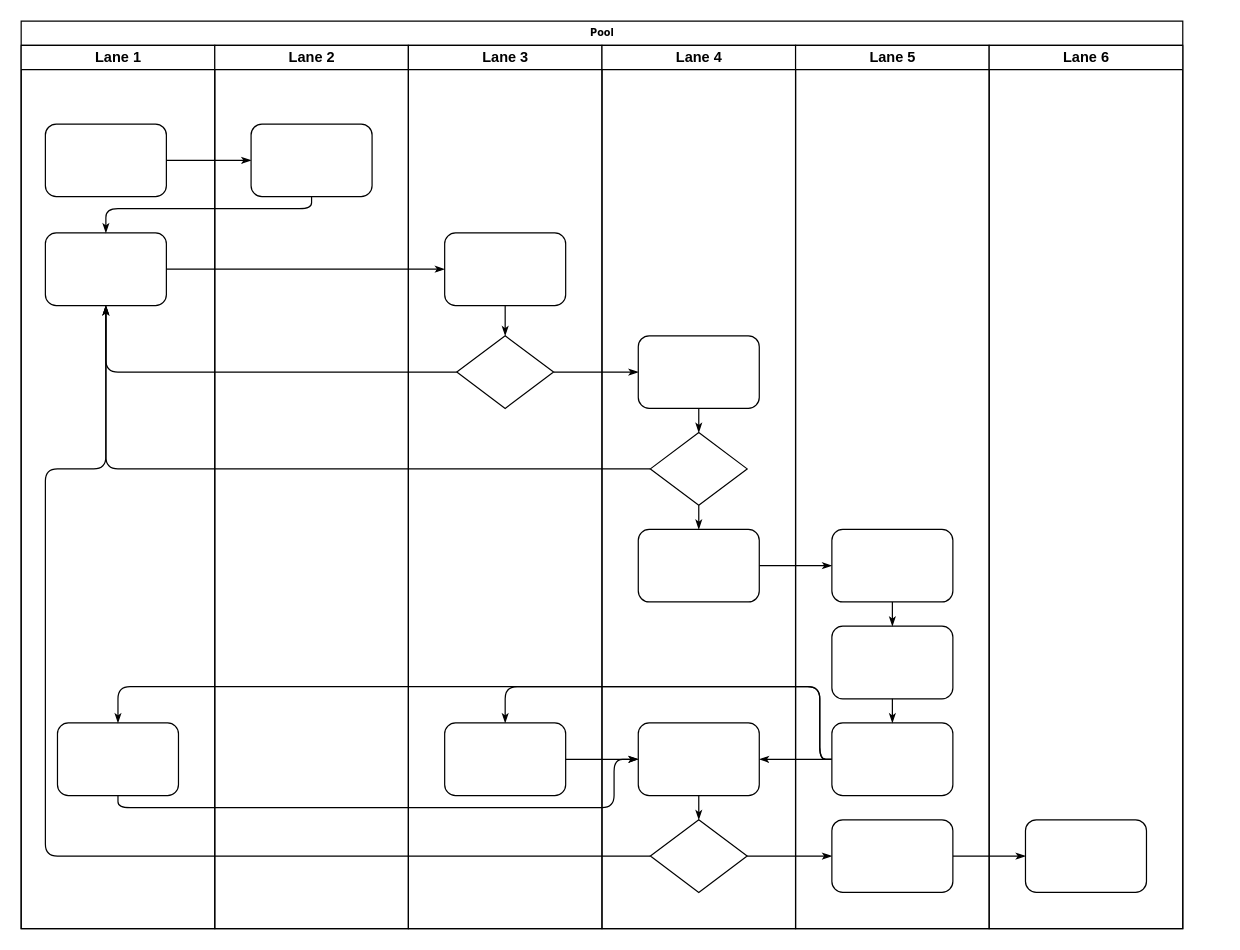
Above: county-integrations.drawio in pascalokoth/BPMN (draw.io), before the change. Source tidied: cells renumbered, new cells numbered last; positions are measured from the earlier drawing's top-left corner, leaving out a move shared by most shapes. Both pictures are drawn from the tidied source at 121%, with x=0, y=0 at pixel (21, 21).
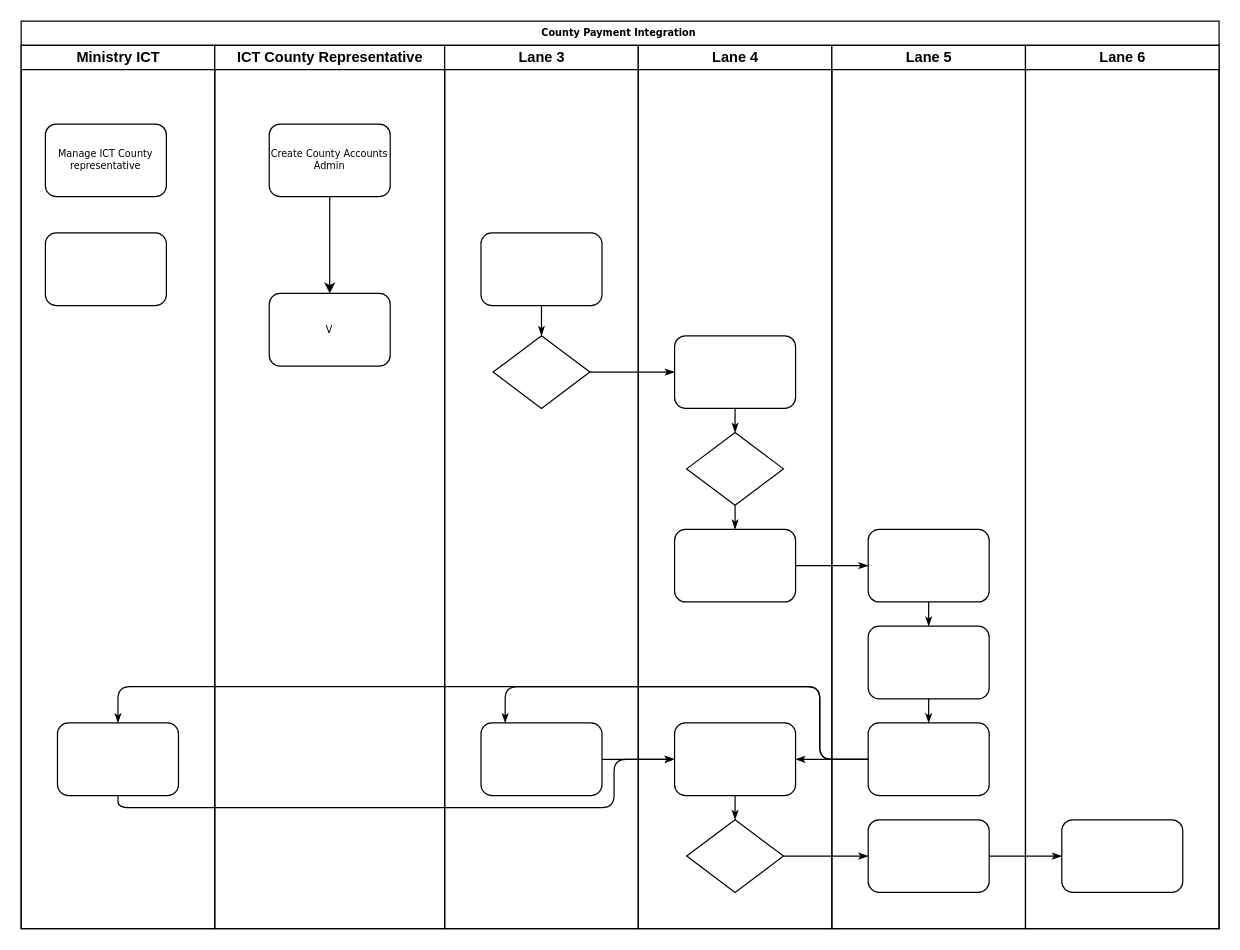
The same page after the edit.

The change refers to these unchanged cells:
```xml
<mxCell id="5" style="rounded=1;whiteSpace=wrap;html=1;shadow=0;labelBackgroundColor=none;strokeWidth=1;fontFamily=Verdana;fontSize=8;align=center;" parent="3" vertex="1">
  <mxGeometry x="20" y="155" width="100" height="60" as="geometry" />
</mxCell>
<mxCell id="25" style="rounded=1;whiteSpace=wrap;html=1;shadow=0;labelBackgroundColor=none;strokeWidth=1;fontFamily=Verdana;fontSize=8;align=center;" parent="24" vertex="1">
  <mxGeometry x="30" y="155" width="100" height="60" as="geometry" />
</mxCell>
<mxCell id="26" style="rhombus;whiteSpace=wrap;html=1;rounded=0;shadow=0;labelBackgroundColor=none;strokeWidth=1;fontFamily=Verdana;fontSize=8;align=center;" parent="24" vertex="1">
  <mxGeometry x="40" y="240" width="80" height="60" as="geometry" />
</mxCell>
<mxCell id="31" style="rhombus;whiteSpace=wrap;html=1;rounded=0;shadow=0;labelBackgroundColor=none;strokeWidth=1;fontFamily=Verdana;fontSize=8;align=center;" parent="29" vertex="1">
  <mxGeometry x="40" y="320" width="80" height="60" as="geometry" />
</mxCell>
<mxCell id="34" style="rhombus;whiteSpace=wrap;html=1;rounded=0;shadow=0;labelBackgroundColor=none;strokeWidth=1;fontFamily=Verdana;fontSize=8;align=center;" parent="29" vertex="1">
  <mxGeometry x="40" y="640" width="80" height="60" as="geometry" />
</mxCell>
```

The edit, as a diff of the source:
```diff
@@
-    <mxCell id="2" value="Pool" style="swimlane;html=1;startSize=20;rounded=0;shadow=0;labelBackgroundColor=none;strokeWidth=1;fontFamily=Verdana;fontSize=8;align=center;" parent="1" vertex="1">
-      <mxGeometry width="960" height="750" as="geometry" />
+    <mxCell id="2" value="County Payment Integration&amp;nbsp;" style="swimlane;html=1;startSize=20;rounded=0;shadow=0;labelBackgroundColor=none;strokeWidth=1;fontFamily=Verdana;fontSize=8;align=center;" parent="1" vertex="1">
+      <mxGeometry width="990" height="750" as="geometry" />
     </mxCell>
-    <mxCell id="3" value="Lane 1" style="swimlane;html=1;startSize=20;" parent="2" vertex="1">
+    <mxCell id="3" value="Ministry ICT" style="swimlane;html=1;startSize=20;" parent="2" vertex="1">
       <mxGeometry y="20" width="160" height="730" as="geometry" />
     </mxCell>
-    <mxCell id="4" style="rounded=1;whiteSpace=wrap;html=1;shadow=0;labelBackgroundColor=none;strokeWidth=1;fontFamily=Verdana;fontSize=8;align=center;" parent="3" vertex="1">
+    <mxCell id="4" value="Manage ICT County representative" style="rounded=1;whiteSpace=wrap;html=1;shadow=0;labelBackgroundColor=none;strokeWidth=1;fontFamily=Verdana;fontSize=8;align=center;" parent="3" vertex="1">
       <mxGeometry x="20" y="65" width="100" height="60" as="geometry" />
     </mxCell>
@@
-    <mxCell id="7" style="edgeStyle=orthogonalEdgeStyle;rounded=1;html=1;labelBackgroundColor=none;startArrow=none;startFill=0;startSize=5;endArrow=classicThin;endFill=1;endSize=5;jettySize=auto;strokeWidth=1;fontFamily=Verdana;fontSize=8;" parent="2" edge="1" source="4" target="23">
-      <mxGeometry relative="1" as="geometry" />
-    </mxCell>
-    <mxCell id="8" style="edgeStyle=orthogonalEdgeStyle;rounded=1;html=1;labelBackgroundColor=none;startArrow=none;startFill=0;startSize=5;endArrow=classicThin;endFill=1;endSize=5;jettySize=auto;strokeWidth=1;fontFamily=Verdana;fontSize=8;" parent="2" edge="1" source="23" target="5">
-      <mxGeometry relative="1" as="geometry">
-        <Array as="points">
-          <mxPoint x="240" y="155" />
-          <mxPoint x="70" y="155" />
-        </Array>
-      </mxGeometry>
-    </mxCell>
-    <mxCell id="9" style="edgeStyle=orthogonalEdgeStyle;rounded=1;html=1;labelBackgroundColor=none;startArrow=none;startFill=0;startSize=5;endArrow=classicThin;endFill=1;endSize=5;jettySize=auto;strokeWidth=1;fontFamily=Verdana;fontSize=8;" parent="2" edge="1" source="5" target="25">
-      <mxGeometry relative="1" as="geometry" />
-    </mxCell>
-    <mxCell id="10" style="edgeStyle=orthogonalEdgeStyle;rounded=1;html=1;labelBackgroundColor=none;startArrow=none;startFill=0;startSize=5;endArrow=classicThin;endFill=1;endSize=5;jettySize=auto;strokeWidth=1;fontFamily=Verdana;fontSize=8;" parent="2" edge="1" source="26" target="5">
-      <mxGeometry relative="1" as="geometry" />
-    </mxCell>
-    <mxCell id="11" style="edgeStyle=orthogonalEdgeStyle;rounded=1;html=1;labelBackgroundColor=none;startArrow=none;startFill=0;startSize=5;endArrow=classicThin;endFill=1;endSize=5;jettySize=auto;strokeWidth=1;fontFamily=Verdana;fontSize=8;" parent="2" edge="1" source="31" target="5">
-      <mxGeometry relative="1" as="geometry" />
-    </mxCell>
-    <mxCell id="12" style="edgeStyle=orthogonalEdgeStyle;rounded=1;html=1;labelBackgroundColor=none;startArrow=none;startFill=0;startSize=5;endArrow=classicThin;endFill=1;endSize=5;jettySize=auto;strokeWidth=1;fontFamily=Verdana;fontSize=8;" parent="2" edge="1" source="34" target="5">
-      <mxGeometry relative="1" as="geometry">
-        <Array as="points">
-          <mxPoint x="20" y="690" />
-          <mxPoint x="20" y="370" />
-          <mxPoint x="70" y="370" />
-        </Array>
-      </mxGeometry>
-    </mxCell>
@@
-    <mxCell id="22" value="Lane 2" style="swimlane;html=1;startSize=20;" parent="2" vertex="1">
-      <mxGeometry x="160" y="20" width="160" height="730" as="geometry" />
+    <mxCell id="22" value="ICT County Representative" style="swimlane;html=1;startSize=20;" parent="2" vertex="1">
+      <mxGeometry x="160" y="20" width="190" height="730" as="geometry" />
     </mxCell>
+    <mxCell id="47" style="edgeStyle=orthogonalEdgeStyle;rounded=0;jettySize=auto;html=1;" parent="22" edge="1" source="23" target="48">
+      <mxGeometry relative="1" as="geometry" />
+    </mxCell>
-    <mxCell id="23" style="rounded=1;whiteSpace=wrap;html=1;shadow=0;labelBackgroundColor=none;strokeWidth=1;fontFamily=Verdana;fontSize=8;align=center;" parent="22" vertex="1">
-      <mxGeometry x="30" y="65" width="100" height="60" as="geometry" />
+    <mxCell id="23" value="Create County Accounts Admin" style="rounded=1;whiteSpace=wrap;html=1;shadow=0;labelBackgroundColor=none;strokeWidth=1;fontFamily=Verdana;fontSize=8;align=center;" parent="22" vertex="1">
+      <mxGeometry x="45" y="65" width="100" height="60" as="geometry" />
     </mxCell>
+    <mxCell id="48" value="V" style="rounded=1;whiteSpace=wrap;html=1;shadow=0;labelBackgroundColor=none;strokeWidth=1;fontFamily=Verdana;fontSize=8;align=center;" parent="22" vertex="1">
+      <mxGeometry x="45" y="205" width="100" height="60" as="geometry" />
+    </mxCell>
     <mxCell id="24" value="Lane 3" style="swimlane;html=1;startSize=20;" parent="2" vertex="1">
-      <mxGeometry x="320" y="20" width="160" height="730" as="geometry" />
+      <mxGeometry x="350" y="20" width="160" height="730" as="geometry" />
     </mxCell>
@@
     <mxCell id="29" value="Lane 4" style="swimlane;html=1;startSize=20;" parent="2" vertex="1">
-      <mxGeometry x="480" y="20" width="160" height="730" as="geometry" />
+      <mxGeometry x="510" y="20" width="160" height="730" as="geometry" />
     </mxCell>
@@
     <mxCell id="38" value="Lane 5" style="swimlane;html=1;startSize=20;" parent="2" vertex="1">
-      <mxGeometry x="640" y="20" width="160" height="730" as="geometry" />
+      <mxGeometry x="670" y="20" width="160" height="730" as="geometry" />
     </mxCell>
@@
     <mxCell id="45" value="Lane 6" style="swimlane;html=1;startSize=20;" parent="2" vertex="1">
-      <mxGeometry x="800" y="20" width="160" height="730" as="geometry" />
+      <mxGeometry x="830" y="20" width="160" height="730" as="geometry" />
     </mxCell>
```
